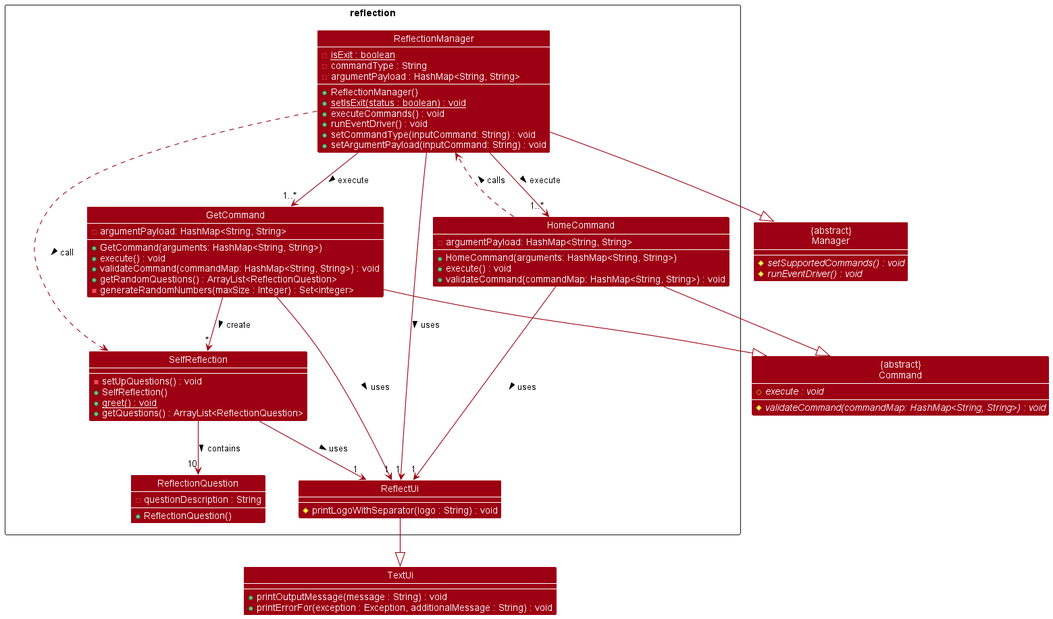
wenxin-c/tp keeps this PlantUML diagram as docs/diagrams/ReflectionClassDiagram.png. Above is the earlier version.
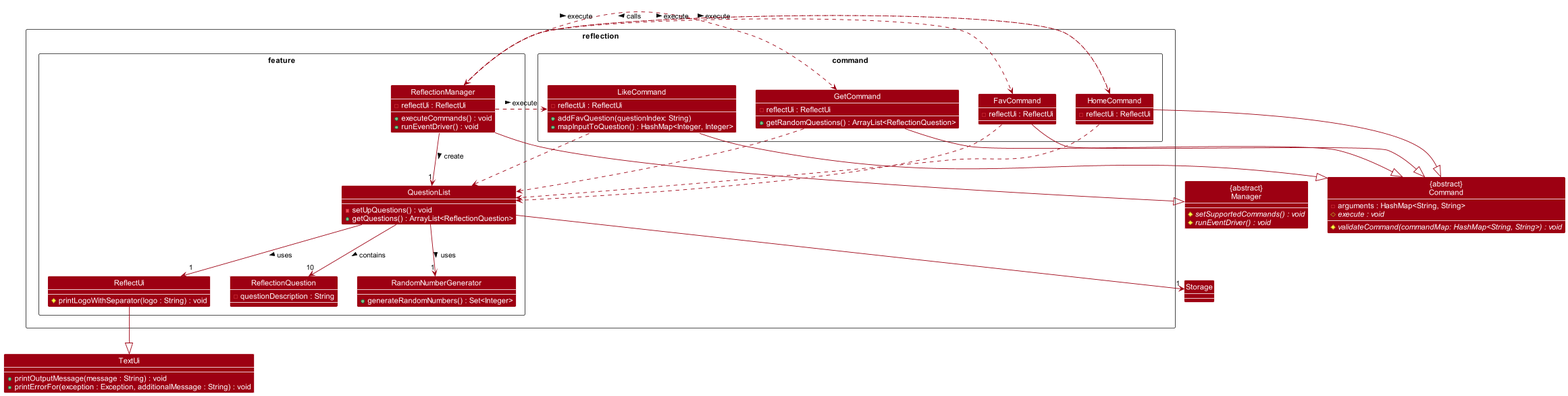
The same diagram one commit later.

The edit, as a diff of the source:
```diff
@@ -5,45 +5,46 @@
 skinparam classBackgroundColor MODEL_COLOR
 
 Package reflection <<Rectangle>>{
-class ReflectionManager{
-- {static}isExit : boolean
-- commandType : String
-- argumentPayload : HashMap<String, String>
-+ ReflectionManager()
-+ {static}setIsExit(status : boolean) : void
-+ executeCommands() : void
-+ runEventDriver() : void
-+ setCommandType(inputCommand: String) : void
-+ setArgumentPayload(inputCommand: String) : void
-}
+Package command <<Rectangle>>{
 class GetCommand{
--argumentPayload: HashMap<String, String>
-+GetCommand(arguments: HashMap<String, String>)
-+execute() : void
-+validateCommand(commandMap: HashMap<String, String>) : void
+-reflectUi : ReflectUi
 +getRandomQuestions() : ArrayList<ReflectionQuestion>
--generateRandomNumbers(maxSize : Integer) : Set<integer>
 }
 class HomeCommand{
--argumentPayload: HashMap<String, String>
-+HomeCommand(arguments: HashMap<String, String>)
-+execute() : void
-+validateCommand(commandMap: HashMap<String, String>) : void
+-reflectUi : ReflectUi
+}
+class LikeCommand{
+-reflectUi : ReflectUi
++addFavQuestion(questionIndex: String)
++mapInputToQuestion() : HashMap<Integer, Integer>
+}
+class FavCommand{
+-reflectUi : ReflectUi
+}
+}
+
+Package feature <<Rectangle>>{
+class ReflectionManager{
+-reflectUi : ReflectUi
++executeCommands() : void
++runEventDriver() : void
 }
 class ReflectUi{
 #printLogoWithSeparator(logo : String) : void
 }
 class ReflectionQuestion{
 -questionDescription : String
-+ReflectionQuestion()
 }
-class SelfReflection{
+class QuestionList{
 -setUpQuestions() : void
-+SelfReflection()
-+{static}greet() : void
 +getQuestions() : ArrayList<ReflectionQuestion>
 }
+class RandomNumberGenerator{
++generateRandomNumbers() : Set<Integer>
 }
+}
+}
+
 class TextUi{
 +printOutputMessage(message : String) : void
 +printErrorFor(exception : Exception, additionalMessage : String) : void
@@ -53,22 +54,30 @@
 #{abstract}runEventDriver() : void
 }
 class "{abstract}\nCommand" as Command{
+-arguments : HashMap<String, String>
 #{abstract}execute : void
 #{abstract}validateCommand(commandMap: HashMap<String, String>) : void
 }
+class Storage
 
-ReflectionManager --> "1" ReflectUi : uses >
-ReflectionManager ..> SelfReflection : call >
+ReflectionManager --> "1" QuestionList : create >
 ReflectionManager --|> Manager
-ReflectionManager --> "1..*" GetCommand : execute >
-ReflectionManager --> "1..*" HomeCommand : execute >
-GetCommand --> "*" SelfReflection : create >
-SelfReflection --> "10" ReflectionQuestion : contains >
-SelfReflection --> "1" ReflectUi : uses >
+ReflectionManager ..> GetCommand : execute >
+ReflectionManager ..> HomeCommand : execute >
+ReflectionManager ..> LikeCommand : execute >
+ReflectionManager ..> FavCommand : execute >
+GetCommand ..> QuestionList
+FavCommand ..> QuestionList
+LikeCommand ..> QuestionList
+HomeCommand ..> QuestionList
+QuestionList --> "10" ReflectionQuestion : contains >
+QuestionList --> "1" ReflectUi : uses >
+QuestionList --> "1" Storage
+QuestionList --> "1" RandomNumberGenerator : uses >
 ReflectUi --|> TextUi
-GetCommand --> "1" ReflectUi : uses >
-HomeCommand --> "1" ReflectUi : uses >
 GetCommand --|> Command
 HomeCommand --|> Command
+LikeCommand --|> Command
+FavCommand --|> Command
 HomeCommand ..> ReflectionManager : calls >
 @enduml
```
